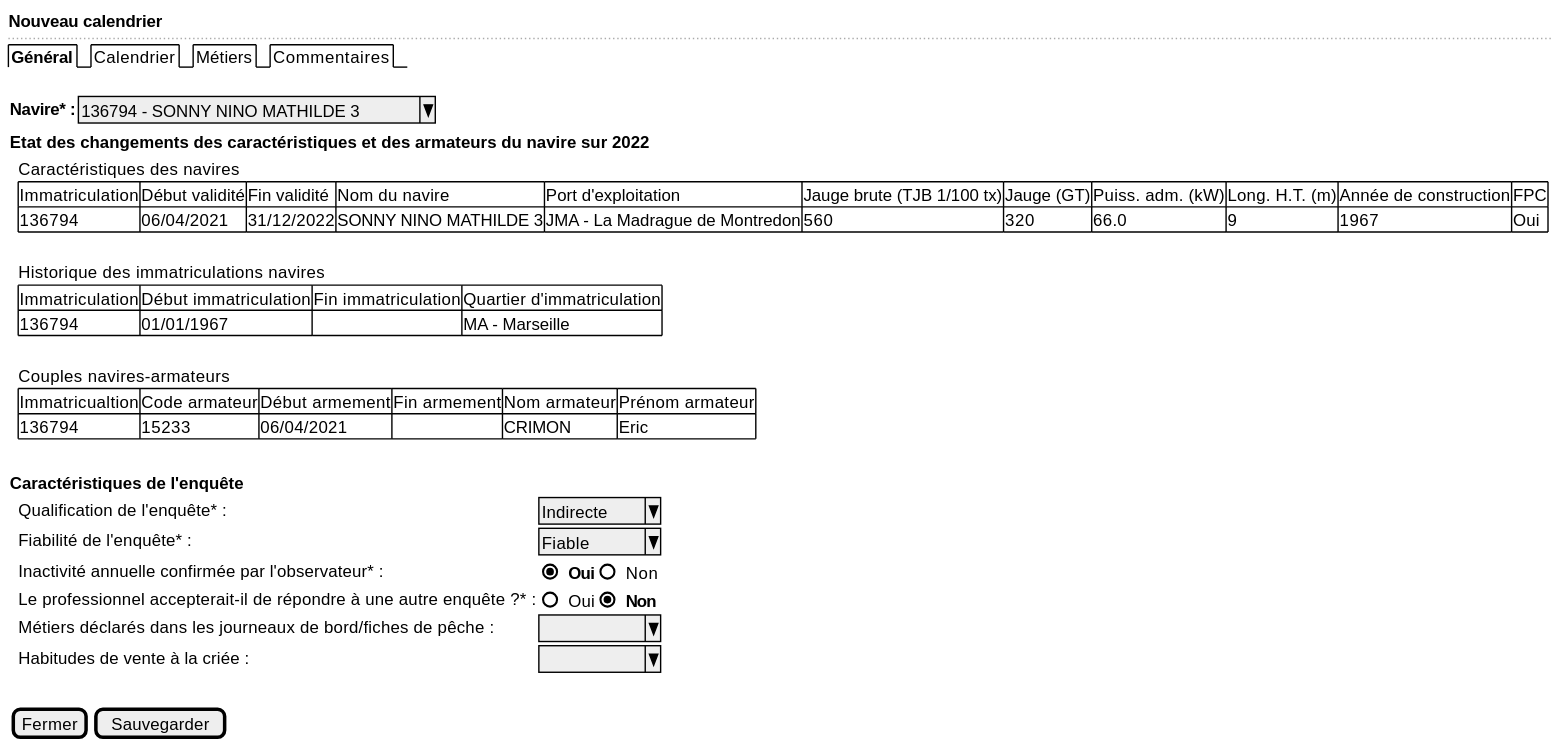
The PlantUML diagram projects/activity-calendar/spe/images/activity-calendar-new-general.svg in sumaris-net/sumaris-doc, before a commit.
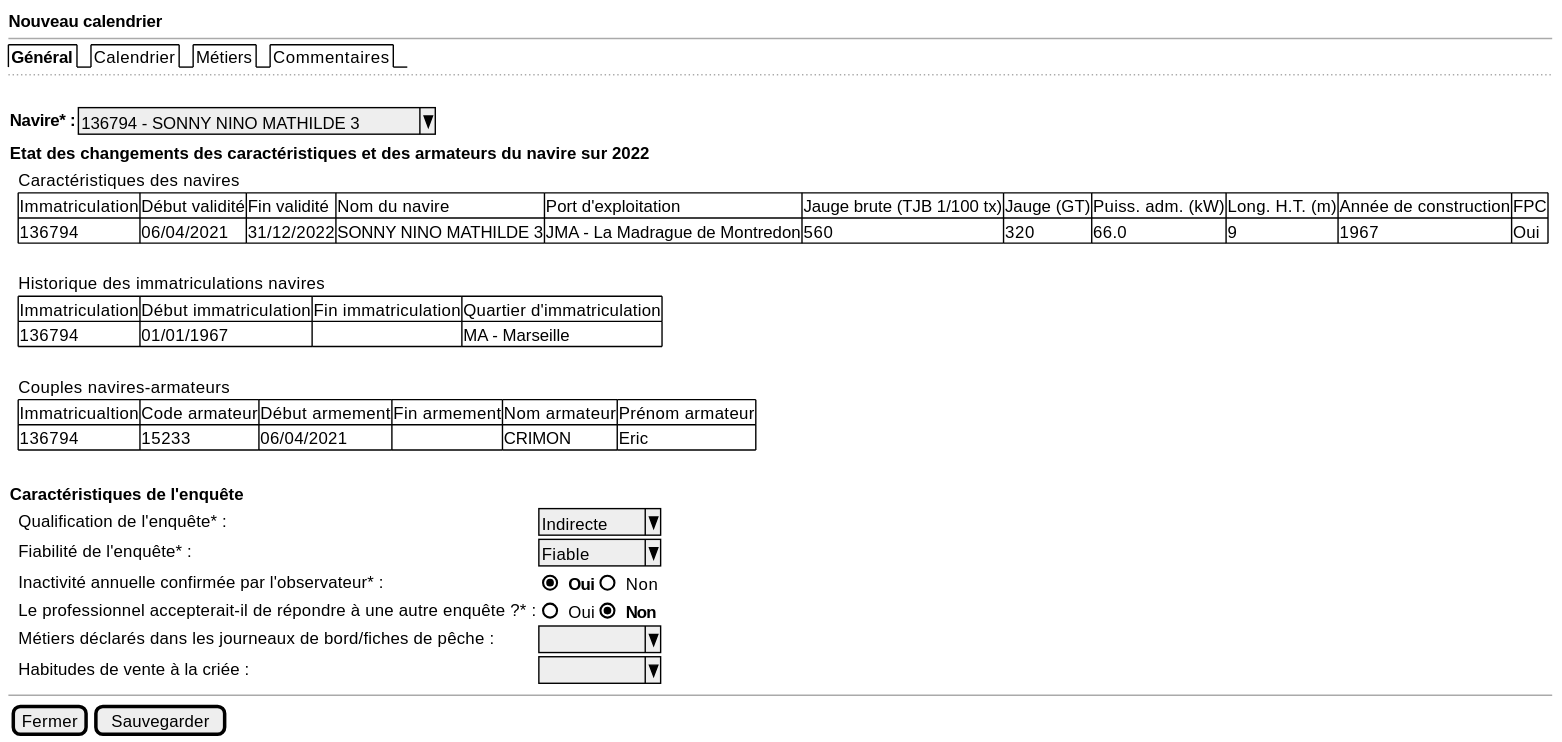
After the commit.

Change to the diagram source:
```diff
@@ -1,8 +1,9 @@
 @startsalt
 {
   <b>Nouveau calendrier
+  --
+  {/ <b>Général | Calendrier | Métiers | Commentaires }
   ..
-  {/ <b>Général | Calendrier | Métiers | Commentaires }
   .
 
   {<b>Navire* : | ^136794 - SONNY NINO MATHILDE 3^}
@@ -38,8 +39,8 @@
      . | Habitudes de vente à la criée : | ^         ^
      }
   }
-  .
 
+  --
   { [Fermer] | [Sauvegarder] }
 }
 @endsalt
```
